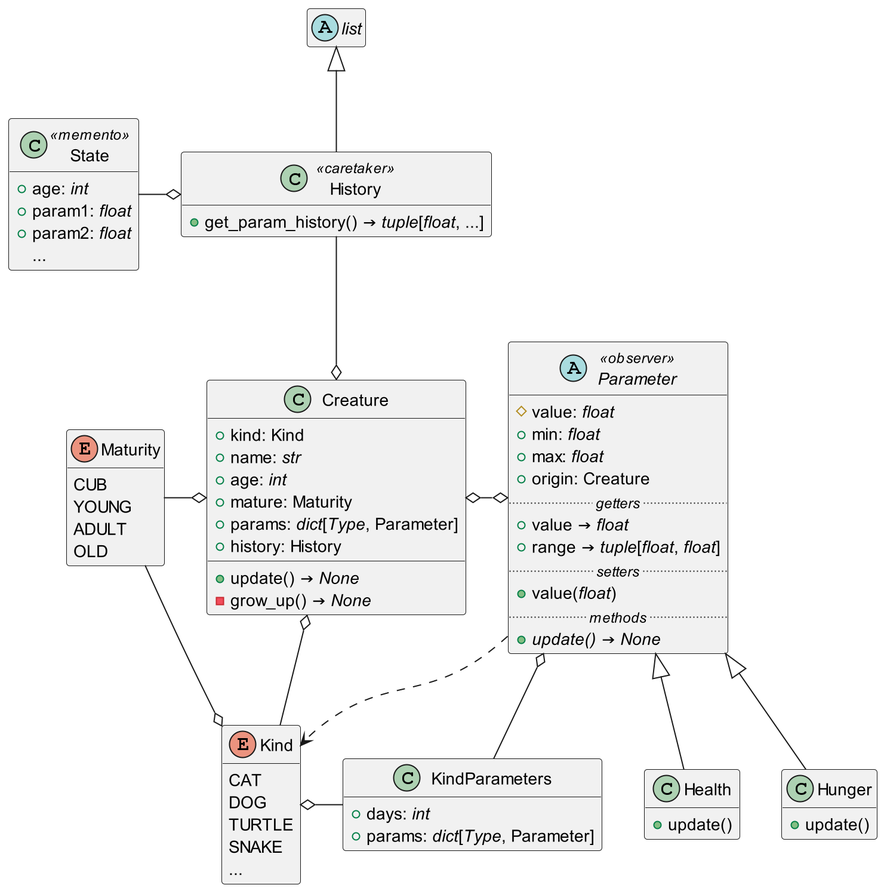
Before: doc/.raster/model.png, a diagram exported from PlantUML (TOP-Python321/Gorinov_progect2). Its diagram source:
```plantuml
@startuml

scale 2

hide abstract empty members
hide class empty members
hide enum empty members

abstract list

enum Kind {
    CAT
    DOG
    TURTLE
    SNAKE
    ...
}

enum Maturity {
    CUB
    YOUNG
    ADULT
    OLD
}

class Creature {
    +kind: Kind
    +name: <i>str</i>
    +age: <i>int</i>
    +mature: Maturity
    +params: <i>dict</i>[<i>Type</i>, Parameter]
    +history: History
    +update() → <i>None</i>
    -grow_up() → <i>None</i>
}

class History <<caretaker>> {
    +get_param_history() → <i>tuple</i>[<i>float</i>, ...]
}

class State <<memento>> {
    +age: <i>int</i>
    +param1: <i>float</i>
    +param2: <i>float</i>
    ...
}

class KindParameters {
    +days: <i>int</i>
    +params: <i>dict</i>[<i>Type</i>, Parameter]
}

abstract Parameter <<observer>> {
    #value: <i>float</i>
    +min: <i>float</i>
    +max: <i>float</i>
    +origin: Creature
    ..<font size=12><i> getters </i></font>..
    +value → <i>float</i>
    +range → <i>tuple</i>[<i>float</i>, <i>float</i>]
    ..<font size=12><i> setters </i></font>..
    +value(<i>float</i>)
    ..<font size=12><i> methods </i></font>..
    +{abstract}update() → <i>None</i>
}
class Health {
    +update()
}
class Hunger {
    +update()
}

list <|-- History

Creature o-- Kind
Creature o-left- Maturity
Creature o-right-o Parameter
Creature o-up- History

History o-left- State

Parameter ..> Kind
Parameter o-- KindParameters

Parameter <|-- Health
Parameter <|-- Hunger

Kind o-up- Maturity
Kind o-right- KindParameters


@enduml
```
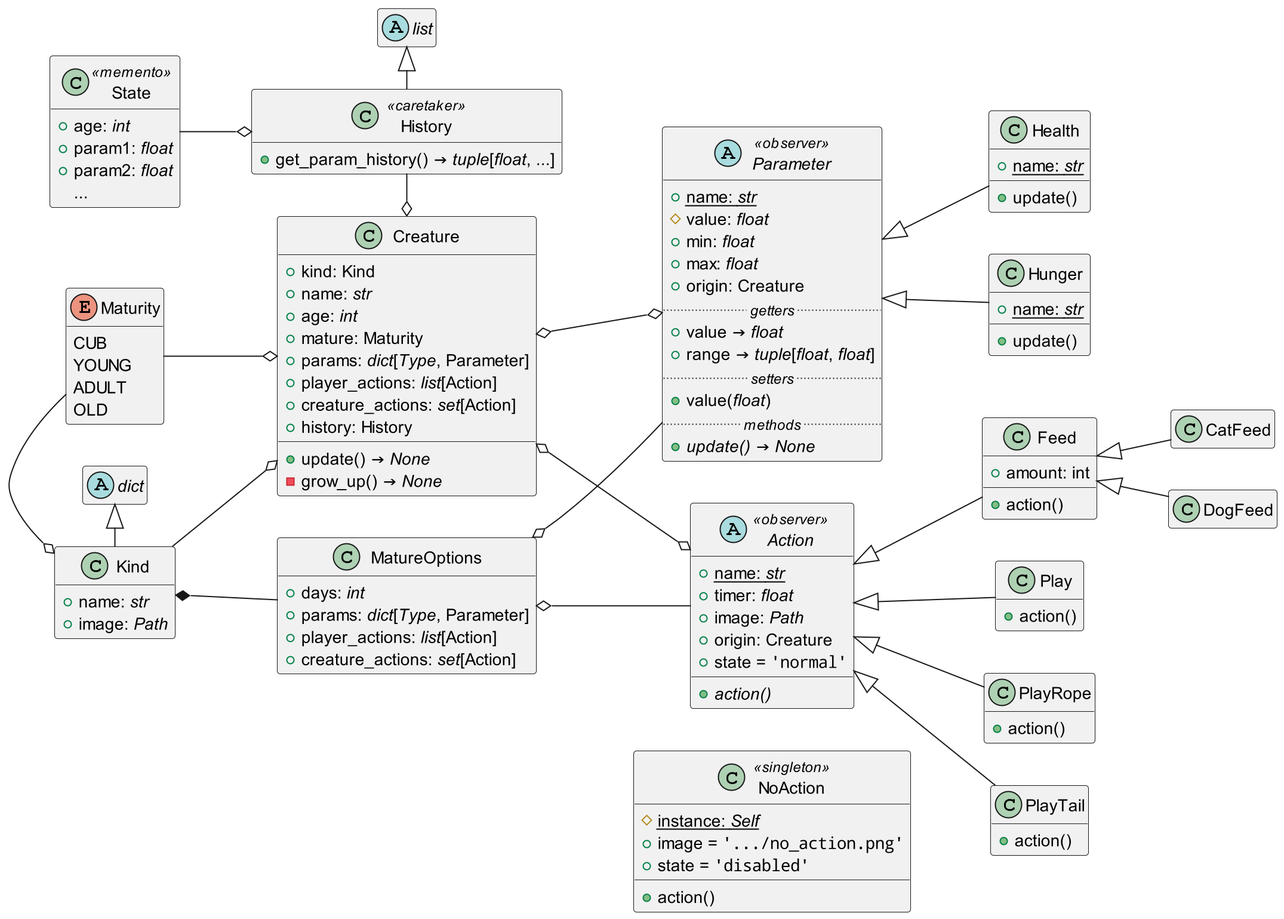
After the change.

Change to the diagram source:
```diff
@@ -7,14 +7,8 @@
 hide enum empty members
 
 abstract list
+abstract dict
 
-enum Kind {
-    CAT
-    DOG
-    TURTLE
-    SNAKE
-    ...
-}
 
 enum Maturity {
     CUB
@@ -29,6 +23,8 @@
     +age: <i>int</i>
     +mature: Maturity
     +params: <i>dict</i>[<i>Type</i>, Parameter]
+    +player_actions: <i>list</i>[Action]
+    +creature_actions: <i>set</i>[Action]
     +history: History
     +update() → <i>None</i>
     -grow_up() → <i>None</i>
@@ -45,12 +41,20 @@
     ...
 }
 
-class KindParameters {
+class Kind {
+    +name: <i>str</i>
+    +image: <i>Path</i>
+}
+
+class MatureOptions {
     +days: <i>int</i>
     +params: <i>dict</i>[<i>Type</i>, Parameter]
+    +player_actions: <i>list</i>[Action]
+    +creature_actions: <i>set</i>[Action]
 }
 
 abstract Parameter <<observer>> {
+    +{static}name: <i>str</i>
     #value: <i>float</i>
     +min: <i>float</i>
     +max: <i>float</i>
@@ -64,29 +68,82 @@
     +{abstract}update() → <i>None</i>
 }
 class Health {
+    +{static}name: <i>str</i>
     +update()
 }
 class Hunger {
+    +{static}name: <i>str</i>
     +update()
 }
 
-list <|-- History
 
-Creature o-- Kind
-Creature o-left- Maturity
-Creature o-right-o Parameter
-Creature o-up- History
 
-History o-left- State
 
-Parameter ..> Kind
-Parameter o-- KindParameters
+abstract Action <<observer>> {
+    +{static}name: <i>str</i>
+    +timer: <i>float</i>
+    +image: <i>Path</i>
+    +origin: Creature
+    +state = <font:Noto Mono>'normal'</font>
+    +{abstract}action()
+}
+class Feed {
+    +amount: int
+    +action()
+}
+class Play {
+    +action()
+}
+class PlayRope {
+    +action()
+}
+class PlayTail {
+    +action()
+}
+
+class NoAction <<singleton>> {
+    #{static}instance: <i>Self</i>
+    +image = <font:Noto Mono>'.../no_action.png'</font>
+    +state = <font:Noto Mono>'disabled'</font>
+    +action()
+}
+
+
+
+left to right direction
+
+list <|- History
+
+History -o Creature
+State --o History
+
+Creature o--o Action
+Creature o--o Parameter
+
+Creature o-up- Maturity
+Creature o-up- Kind
+
+Kind o-left- Maturity
+
+dict <|-right- Kind
+
+Kind *- MatureOptions
+
+MatureOptions o-- Action
+MatureOptions o-- Parameter
 
 Parameter <|-- Health
 Parameter <|-- Hunger
 
-Kind o-up- Maturity
-Kind o-right- KindParameters
+Action <|-- Feed
+Action <|-- Play
+Action <|-- PlayRope
+Action <|-- PlayTail
 
+Action -[hidden] NoAction
+MatureOptions -[hidden] NoAction
+
+Feed <|-- CatFeed
+Feed <|-- DogFeed
 
 @enduml
```
